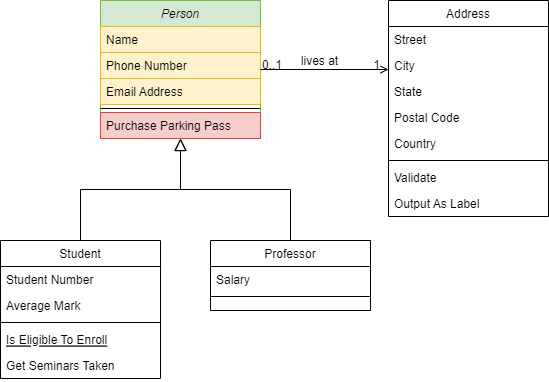
Before: Test2.png, a diagram exported from draw.io (Ka3wo123/Shoutbox). Source tidied: cells renumbered, new cells last; positions are measured from the earlier drawing's top-left corner, leaving out a move shared by most shapes.
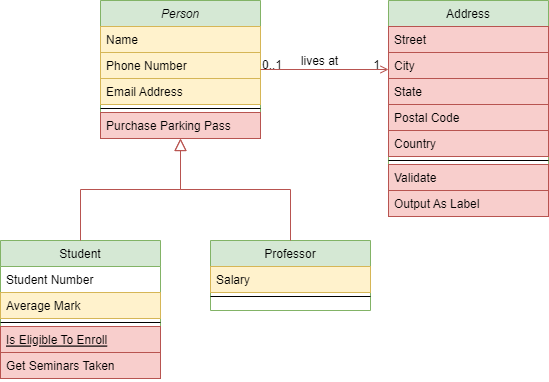
Above is the later version.

Change to the diagram source:
```diff
@@ -20,67 +20,67 @@
     <mxCell id="7" value="Purchase Parking Pass" style="text;align=left;verticalAlign=top;spacingLeft=4;spacingRight=4;overflow=hidden;fillColor=#f8cecc;strokeColor=#b85450;" parent="2" vertex="1">
       <mxGeometry y="112" width="160" height="26" as="geometry" />
     </mxCell>
-    <mxCell id="8" value="Student" style="swimlane;fontStyle=0;align=center;verticalAlign=top;horizontal=1;startSize=26;rounded=0;shadow=0;strokeWidth=1;" parent="1" vertex="1">
+    <mxCell id="8" value="Student" style="swimlane;fontStyle=0;align=center;verticalAlign=top;horizontal=1;startSize=26;rounded=0;shadow=0;strokeWidth=1;fillColor=#d5e8d4;strokeColor=#82b366;" parent="1" vertex="1">
       <mxGeometry y="240" width="160" height="138" as="geometry" />
     </mxCell>
     <mxCell id="9" value="Student Number" style="text;align=left;verticalAlign=top;spacingLeft=4;spacingRight=4;overflow=hidden;" parent="8" vertex="1">
       <mxGeometry y="26" width="160" height="26" as="geometry" />
     </mxCell>
-    <mxCell id="10" value="Average Mark" style="text;align=left;verticalAlign=top;spacingLeft=4;spacingRight=4;overflow=hidden;rounded=0;shadow=0;html=0;" parent="8" vertex="1">
+    <mxCell id="10" value="Average Mark" style="text;align=left;verticalAlign=top;spacingLeft=4;spacingRight=4;overflow=hidden;rounded=0;shadow=0;html=0;fillColor=#fff2cc;strokeColor=#d6b656;" parent="8" vertex="1">
       <mxGeometry y="52" width="160" height="26" as="geometry" />
     </mxCell>
     <mxCell id="11" style="line;html=1;strokeWidth=1;align=left;verticalAlign=middle;spacingTop=-1;spacingLeft=3;spacingRight=3;labelPosition=right;" parent="8" vertex="1">
       <mxGeometry y="78" width="160" height="8" as="geometry" />
     </mxCell>
-    <mxCell id="12" value="Is Eligible To Enroll" style="text;align=left;verticalAlign=top;spacingLeft=4;spacingRight=4;overflow=hidden;fontStyle=4;" parent="8" vertex="1">
+    <mxCell id="12" value="Is Eligible To Enroll" style="text;align=left;verticalAlign=top;spacingLeft=4;spacingRight=4;overflow=hidden;fontStyle=4;fillColor=#f8cecc;strokeColor=#b85450;" parent="8" vertex="1">
       <mxGeometry y="86" width="160" height="26" as="geometry" />
     </mxCell>
-    <mxCell id="13" value="Get Seminars Taken" style="text;align=left;verticalAlign=top;spacingLeft=4;spacingRight=4;overflow=hidden;" parent="8" vertex="1">
+    <mxCell id="13" value="Get Seminars Taken" style="text;align=left;verticalAlign=top;spacingLeft=4;spacingRight=4;overflow=hidden;fillColor=#f8cecc;strokeColor=#b85450;" parent="8" vertex="1">
       <mxGeometry y="112" width="160" height="26" as="geometry" />
     </mxCell>
-    <mxCell id="14" style="endArrow=block;endSize=10;endFill=0;shadow=0;strokeWidth=1;rounded=0;edgeStyle=elbowEdgeStyle;elbow=vertical;" parent="1" edge="1" source="8" target="2">
+    <mxCell id="14" style="endArrow=block;endSize=10;endFill=0;shadow=0;strokeWidth=1;rounded=0;edgeStyle=elbowEdgeStyle;elbow=vertical;fillColor=#f8cecc;strokeColor=#b85450;" parent="1" edge="1" source="8" target="2">
       <mxGeometry relative="1" as="geometry" />
     </mxCell>
-    <mxCell id="15" value="Professor" style="swimlane;fontStyle=0;align=center;verticalAlign=top;horizontal=1;startSize=26;rounded=0;shadow=0;strokeWidth=1;" parent="1" vertex="1">
+    <mxCell id="15" value="Professor" style="swimlane;fontStyle=0;align=center;verticalAlign=top;horizontal=1;startSize=26;rounded=0;shadow=0;strokeWidth=1;fillColor=#d5e8d4;strokeColor=#82b366;" parent="1" vertex="1">
       <mxGeometry x="210" y="240" width="160" height="70" as="geometry" />
     </mxCell>
-    <mxCell id="16" value="Salary" style="text;align=left;verticalAlign=top;spacingLeft=4;spacingRight=4;overflow=hidden;" parent="15" vertex="1">
+    <mxCell id="16" value="Salary" style="text;align=left;verticalAlign=top;spacingLeft=4;spacingRight=4;overflow=hidden;fillColor=#fff2cc;strokeColor=#d6b656;" parent="15" vertex="1">
       <mxGeometry y="26" width="160" height="26" as="geometry" />
     </mxCell>
     <mxCell id="17" style="line;html=1;strokeWidth=1;align=left;verticalAlign=middle;spacingTop=-1;spacingLeft=3;spacingRight=3;labelPosition=right;" parent="15" vertex="1">
       <mxGeometry y="52" width="160" height="8" as="geometry" />
     </mxCell>
-    <mxCell id="18" style="endArrow=block;endSize=10;endFill=0;shadow=0;strokeWidth=1;rounded=0;edgeStyle=elbowEdgeStyle;elbow=vertical;" parent="1" edge="1" source="15" target="2">
+    <mxCell id="18" style="endArrow=block;endSize=10;endFill=0;shadow=0;strokeWidth=1;rounded=0;edgeStyle=elbowEdgeStyle;elbow=vertical;fillColor=#f8cecc;strokeColor=#b85450;" parent="1" edge="1" source="15" target="2">
       <mxGeometry relative="1" as="geometry" />
     </mxCell>
-    <mxCell id="19" value="Address" style="swimlane;fontStyle=0;align=center;verticalAlign=top;horizontal=1;startSize=26;rounded=0;shadow=0;strokeWidth=1;" parent="1" vertex="1">
+    <mxCell id="19" value="Address" style="swimlane;fontStyle=0;align=center;verticalAlign=top;horizontal=1;startSize=26;rounded=0;shadow=0;strokeWidth=1;fillColor=#d5e8d4;strokeColor=#82b366;" parent="1" vertex="1">
       <mxGeometry x="388" width="160" height="216" as="geometry" />
     </mxCell>
-    <mxCell id="20" value="Street" style="text;align=left;verticalAlign=top;spacingLeft=4;spacingRight=4;overflow=hidden;" parent="19" vertex="1">
+    <mxCell id="20" value="Street" style="text;align=left;verticalAlign=top;spacingLeft=4;spacingRight=4;overflow=hidden;fillColor=#f8cecc;strokeColor=#b85450;" parent="19" vertex="1">
       <mxGeometry y="26" width="160" height="26" as="geometry" />
     </mxCell>
-    <mxCell id="21" value="City" style="text;align=left;verticalAlign=top;spacingLeft=4;spacingRight=4;overflow=hidden;rounded=0;shadow=0;html=0;" parent="19" vertex="1">
+    <mxCell id="21" value="City" style="text;align=left;verticalAlign=top;spacingLeft=4;spacingRight=4;overflow=hidden;rounded=0;shadow=0;html=0;fillColor=#f8cecc;strokeColor=#b85450;" parent="19" vertex="1">
       <mxGeometry y="52" width="160" height="26" as="geometry" />
     </mxCell>
-    <mxCell id="22" value="State" style="text;align=left;verticalAlign=top;spacingLeft=4;spacingRight=4;overflow=hidden;rounded=0;shadow=0;html=0;" parent="19" vertex="1">
+    <mxCell id="22" value="State" style="text;align=left;verticalAlign=top;spacingLeft=4;spacingRight=4;overflow=hidden;rounded=0;shadow=0;html=0;fillColor=#f8cecc;strokeColor=#b85450;" parent="19" vertex="1">
       <mxGeometry y="78" width="160" height="26" as="geometry" />
     </mxCell>
-    <mxCell id="23" value="Postal Code" style="text;align=left;verticalAlign=top;spacingLeft=4;spacingRight=4;overflow=hidden;rounded=0;shadow=0;html=0;" parent="19" vertex="1">
+    <mxCell id="23" value="Postal Code" style="text;align=left;verticalAlign=top;spacingLeft=4;spacingRight=4;overflow=hidden;rounded=0;shadow=0;html=0;fillColor=#f8cecc;strokeColor=#b85450;" parent="19" vertex="1">
       <mxGeometry y="104" width="160" height="26" as="geometry" />
     </mxCell>
-    <mxCell id="24" value="Country" style="text;align=left;verticalAlign=top;spacingLeft=4;spacingRight=4;overflow=hidden;rounded=0;shadow=0;html=0;" parent="19" vertex="1">
+    <mxCell id="24" value="Country" style="text;align=left;verticalAlign=top;spacingLeft=4;spacingRight=4;overflow=hidden;rounded=0;shadow=0;html=0;fillColor=#f8cecc;strokeColor=#b85450;" parent="19" vertex="1">
       <mxGeometry y="130" width="160" height="26" as="geometry" />
     </mxCell>
     <mxCell id="25" style="line;html=1;strokeWidth=1;align=left;verticalAlign=middle;spacingTop=-1;spacingLeft=3;spacingRight=3;labelPosition=right;" parent="19" vertex="1">
       <mxGeometry y="156" width="160" height="8" as="geometry" />
     </mxCell>
-    <mxCell id="26" value="Validate" style="text;align=left;verticalAlign=top;spacingLeft=4;spacingRight=4;overflow=hidden;" parent="19" vertex="1">
+    <mxCell id="26" value="Validate" style="text;align=left;verticalAlign=top;spacingLeft=4;spacingRight=4;overflow=hidden;fillColor=#f8cecc;strokeColor=#b85450;" parent="19" vertex="1">
       <mxGeometry y="164" width="160" height="26" as="geometry" />
     </mxCell>
-    <mxCell id="27" value="Output As Label" style="text;align=left;verticalAlign=top;spacingLeft=4;spacingRight=4;overflow=hidden;" parent="19" vertex="1">
+    <mxCell id="27" value="Output As Label" style="text;align=left;verticalAlign=top;spacingLeft=4;spacingRight=4;overflow=hidden;fillColor=#f8cecc;strokeColor=#b85450;" parent="19" vertex="1">
       <mxGeometry y="190" width="160" height="26" as="geometry" />
     </mxCell>
-    <mxCell id="28" style="endArrow=open;shadow=0;strokeWidth=1;rounded=0;endFill=1;edgeStyle=elbowEdgeStyle;elbow=vertical;" parent="1" edge="1" source="2" target="19">
+    <mxCell id="28" style="endArrow=open;shadow=0;strokeWidth=1;rounded=0;endFill=1;edgeStyle=elbowEdgeStyle;elbow=vertical;fillColor=#f8cecc;strokeColor=#b85450;" parent="1" edge="1" source="2" target="19">
       <mxGeometry x="0.5" y="41" relative="1" as="geometry">
         <mxPoint x="-40" y="32" as="offset" />
       </mxGeometry>
```
